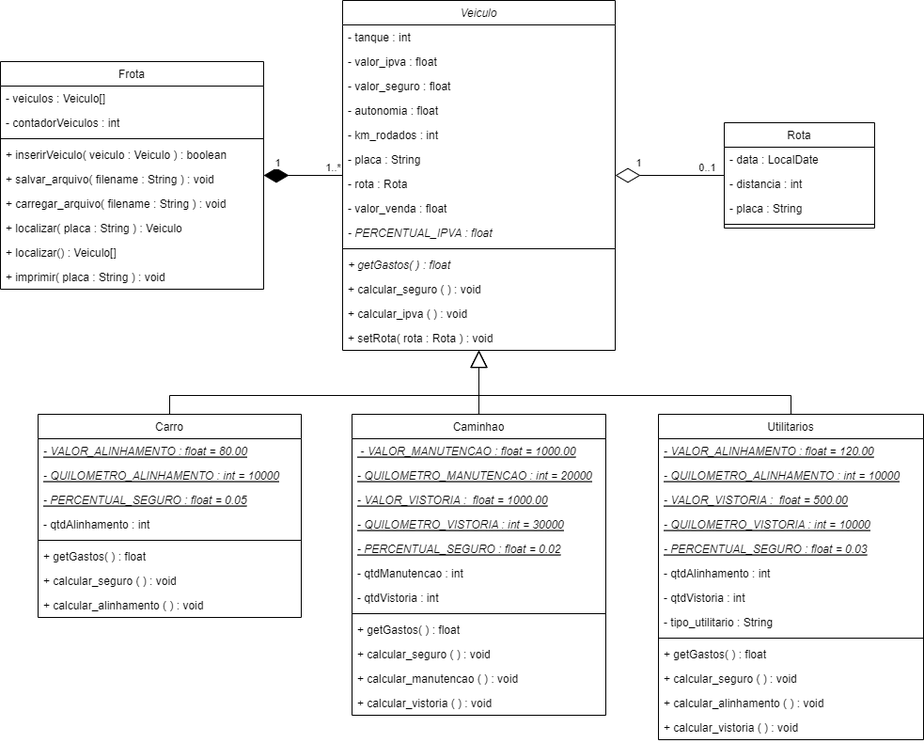
Above: docs/diagramas/diagrama_lpm.png in DisciplinasProgramacao/projetos-3-4-5-team-alpha (draw.io), before the change. Source tidied: cells renumbered, new cells last; positions are measured from the earlier drawing's top-left corner, leaving out a move shared by most shapes.
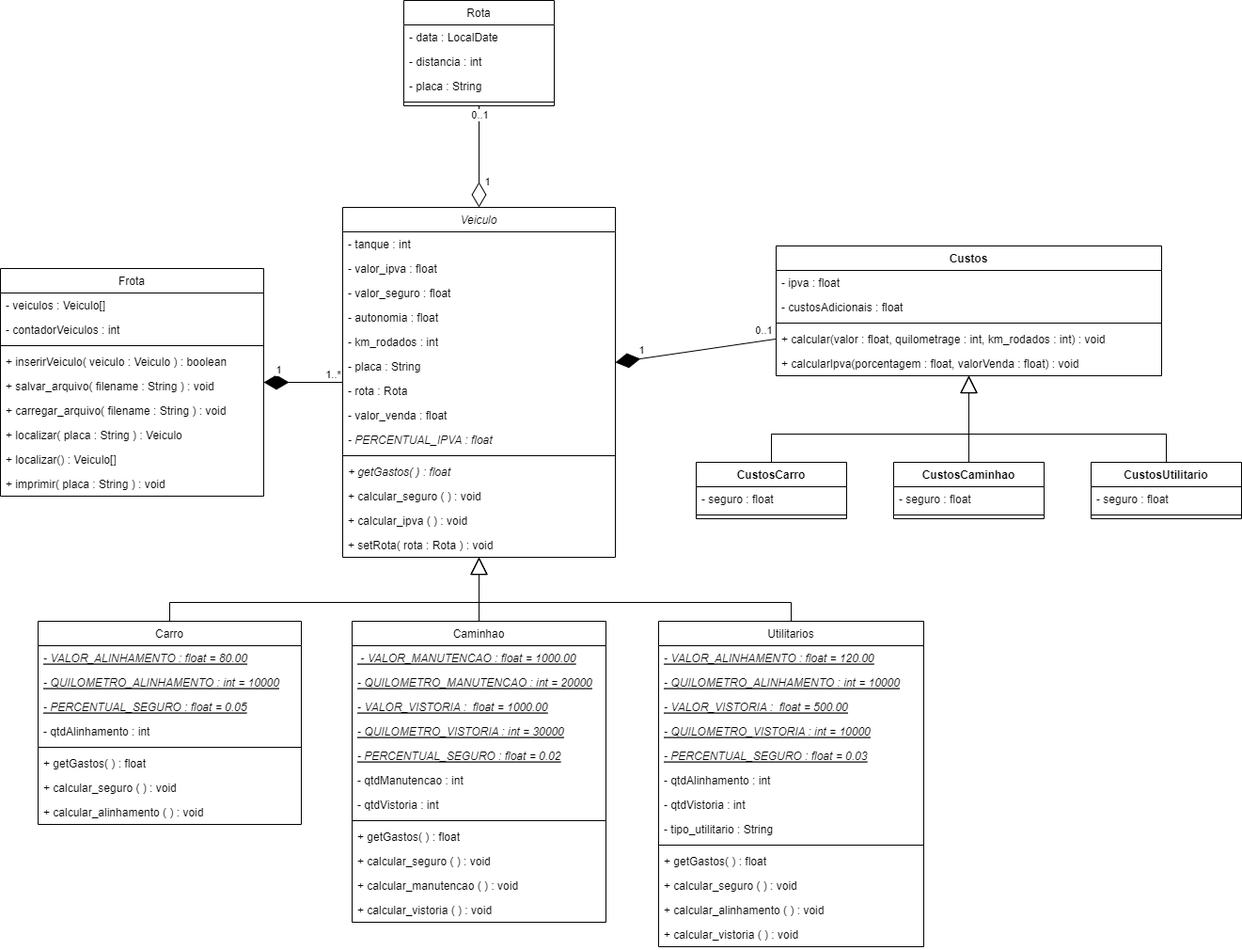
After the commit.

Commit message:
[Update] Atualização do diagrama

Change to the diagram source:
```diff
@@ -114,7 +114,7 @@
       <mxGeometry y="294" width="270" height="26" as="geometry" />
     </mxCell>
     <mxCell id="39" value="Rota" style="swimlane;fontStyle=0;align=center;verticalAlign=top;horizontal=1;startSize=26;rounded=0;shadow=0;strokeWidth=1;" parent="1" vertex="1">
-      <mxGeometry x="770" y="130" width="160" height="112" as="geometry" />
+      <mxGeometry x="429" y="-220" width="160" height="112" as="geometry" />
     </mxCell>
     <mxCell id="40" value="- data : LocalDate" style="text;align=left;verticalAlign=top;spacingLeft=4;spacingRight=4;overflow=hidden;rounded=0;shadow=0;html=0;" parent="39" vertex="1">
       <mxGeometry y="26" width="160" height="26" as="geometry" />
@@ -245,5 +245,82 @@
     <mxCell id="76" style="endArrow=block;endSize=16;endFill=0;html=1;rounded=0;" parent="1" edge="1" source="26" target="2">
       <mxGeometry relative="1" as="geometry" />
     </mxCell>
+    <mxCell id="77" value="Custos" style="swimlane;fontStyle=1;align=center;verticalAlign=top;horizontal=1;startSize=26;" parent="1" vertex="1">
+      <mxGeometry x="825" y="41" width="410" height="138" as="geometry" />
+    </mxCell>
+    <mxCell id="78" value="- ipva : float" style="text;strokeColor=none;fillColor=none;align=left;verticalAlign=top;spacingLeft=4;spacingRight=4;overflow=hidden;" parent="77" vertex="1">
+      <mxGeometry y="26" width="410" height="26" as="geometry" />
+    </mxCell>
+    <mxCell id="79" value="- custosAdicionais : float" style="text;strokeColor=none;fillColor=none;align=left;verticalAlign=top;spacingLeft=4;spacingRight=4;overflow=hidden;" parent="77" vertex="1">
+      <mxGeometry y="52" width="410" height="26" as="geometry" />
+    </mxCell>
+    <mxCell id="80" style="line;strokeWidth=1;fillColor=none;align=left;verticalAlign=middle;spacingTop=-1;spacingLeft=3;spacingRight=3;labelPosition=right;strokeColor=inherit;" parent="77" vertex="1">
+      <mxGeometry y="78" width="410" height="8" as="geometry" />
+    </mxCell>
+    <mxCell id="81" value="+ calcular(valor : float, quilometrage : int, km_rodados : int) : void " style="text;strokeColor=none;fillColor=none;align=left;verticalAlign=top;spacingLeft=4;spacingRight=4;overflow=hidden;" parent="77" vertex="1">
+      <mxGeometry y="86" width="410" height="26" as="geometry" />
+    </mxCell>
+    <mxCell id="82" value="+ calcularIpva(porcentagem : float, valorVenda : float) : void " style="text;strokeColor=none;fillColor=none;align=left;verticalAlign=top;spacingLeft=4;spacingRight=4;overflow=hidden;" parent="77" vertex="1">
+      <mxGeometry y="112" width="410" height="26" as="geometry" />
+    </mxCell>
+    <mxCell id="83" style="endArrow=diamondThin;endFill=1;endSize=24;html=1;rounded=0;" parent="1" edge="1" source="77" target="2">
+      <mxGeometry relative="1" as="geometry" />
+    </mxCell>
+    <mxCell id="84" value="1" style="edgeLabel;html=1;align=center;verticalAlign=middle;" parent="83" vertex="1">
+      <mxGeometry x="-0.17" y="-2" relative="1" as="geometry">
+        <mxPoint x="-73" y="3" as="offset" />
+      </mxGeometry>
+    </mxCell>
+    <mxCell id="85" value="0..1" style="edgeLabel;html=1;align=center;verticalAlign=middle;" parent="83" vertex="1">
+      <mxGeometry x="-0.6" y="-2" relative="1" as="geometry">
+        <mxPoint x="19" y="-13" as="offset" />
+      </mxGeometry>
+    </mxCell>
+    <mxCell id="86" value="CustosCarro" style="swimlane;fontStyle=1;align=center;verticalAlign=top;horizontal=1;startSize=26;" parent="1" vertex="1">
+      <mxGeometry x="740" y="271" width="160" height="60" as="geometry" />
+    </mxCell>
+    <mxCell id="87" value="- seguro : float" style="text;strokeColor=none;fillColor=none;align=left;verticalAlign=top;spacingLeft=4;spacingRight=4;overflow=hidden;" parent="86" vertex="1">
+      <mxGeometry y="26" width="160" height="26" as="geometry" />
+    </mxCell>
+    <mxCell id="88" style="line;strokeWidth=1;fillColor=none;align=left;verticalAlign=middle;spacingTop=-1;spacingLeft=3;spacingRight=3;labelPosition=right;strokeColor=inherit;" parent="86" vertex="1">
+      <mxGeometry y="52" width="160" height="8" as="geometry" />
+    </mxCell>
+    <mxCell id="89" value="CustosCaminhao" style="swimlane;fontStyle=1;align=center;verticalAlign=top;horizontal=1;startSize=26;" parent="1" vertex="1">
+      <mxGeometry x="950" y="271" width="160" height="60" as="geometry" />
+    </mxCell>
+    <mxCell id="90" value="- seguro : float" style="text;strokeColor=none;fillColor=none;align=left;verticalAlign=top;spacingLeft=4;spacingRight=4;overflow=hidden;" parent="89" vertex="1">
+      <mxGeometry y="26" width="160" height="26" as="geometry" />
+    </mxCell>
+    <mxCell id="91" style="line;strokeWidth=1;fillColor=none;align=left;verticalAlign=middle;spacingTop=-1;spacingLeft=3;spacingRight=3;labelPosition=right;strokeColor=inherit;" parent="89" vertex="1">
+      <mxGeometry y="52" width="160" height="8" as="geometry" />
+    </mxCell>
+    <mxCell id="92" value="CustosUtilitario" style="swimlane;fontStyle=1;align=center;verticalAlign=top;horizontal=1;startSize=26;" parent="1" vertex="1">
+      <mxGeometry x="1160" y="271" width="160" height="60" as="geometry" />
+    </mxCell>
+    <mxCell id="93" value="- seguro : float" style="text;strokeColor=none;fillColor=none;align=left;verticalAlign=top;spacingLeft=4;spacingRight=4;overflow=hidden;" parent="92" vertex="1">
+      <mxGeometry y="26" width="160" height="26" as="geometry" />
+    </mxCell>
+    <mxCell id="94" style="line;strokeWidth=1;fillColor=none;align=left;verticalAlign=middle;spacingTop=-1;spacingLeft=3;spacingRight=3;labelPosition=right;strokeColor=inherit;" parent="92" vertex="1">
+      <mxGeometry y="52" width="160" height="8" as="geometry" />
+    </mxCell>
+    <mxCell id="95" style="endArrow=block;endSize=16;endFill=0;html=1;rounded=0;" parent="1" edge="1" source="92" target="77">
+      <mxGeometry relative="1" as="geometry">
+        <Array as="points">
+          <mxPoint x="1240" y="241" />
+          <mxPoint x="1030" y="241" />
+        </Array>
+      </mxGeometry>
+    </mxCell>
+    <mxCell id="96" style="endArrow=block;endSize=16;endFill=0;html=1;rounded=0;" parent="1" edge="1" source="89" target="77">
+      <mxGeometry relative="1" as="geometry" />
+    </mxCell>
+    <mxCell id="97" style="endArrow=block;endSize=16;endFill=0;html=1;rounded=0;" parent="1" edge="1" source="86" target="77">
+      <mxGeometry relative="1" as="geometry">
+        <Array as="points">
+          <mxPoint x="820" y="241" />
+          <mxPoint x="1030" y="241" />
+        </Array>
+      </mxGeometry>
+    </mxCell>
   </root>
 </mxGraphModel>
```
